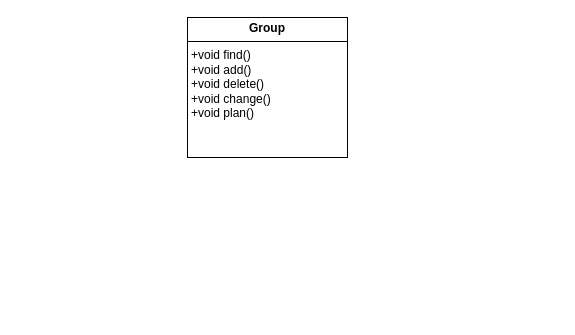
Above: 命令模式UML.drawio in ChengziMao/diagrams (draw.io), before the change. Source tidied: cells renumbered, new cells numbered last; positions are measured from the earlier drawing's top-left corner, leaving out a move shared by most shapes. Both pictures are drawn from the tidied source at 100%, with x=0, y=0 at pixel (187, 17).
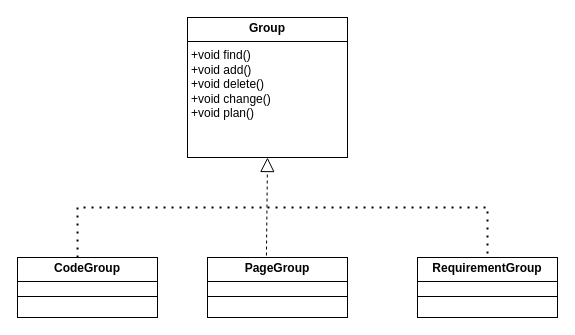
After the change.

Commit message (it also covers changes not shown here):
更新命令模式UML.drawio

The edit, as a diff of the source:
```diff
@@
 <mxGraphModel>
   <root>
     <mxCell id="0" />
     <mxCell id="1" parent="0" />
     <mxCell id="2" value="&lt;p style=&quot;margin:0px;margin-top:4px;text-align:center;&quot;&gt;&lt;b&gt;&lt;font style=&quot;vertical-align: inherit;&quot; class=&quot;notranslate fyzs-translate-target fyzs-translate-target-wrapper&quot;&gt;&lt;font style=&quot;vertical-align: inherit;&quot; class=&quot;notranslate fyzs-translate-target fyzs-translate-target-box&quot;&gt;&lt;font style=&quot;vertical-align: inherit;&quot; title=&quot;G&quot; class=&quot;notranslate fyzs-translate-target fyzs-translate-target-text&quot;&gt;Group&lt;/font&gt;&lt;/font&gt;&lt;/font&gt;&lt;/b&gt;&lt;/p&gt;&lt;hr size=&quot;1&quot; style=&quot;border-style:solid;&quot;&gt;&lt;p style=&quot;margin:0px;margin-left:4px;&quot;&gt;&lt;font style=&quot;vertical-align: inherit;&quot; class=&quot;notranslate fyzs-translate-target fyzs-translate-target-wrapper&quot;&gt;&lt;font style=&quot;vertical-align: inherit;&quot; class=&quot;notranslate fyzs-translate-target fyzs-translate-target-box&quot;&gt;&lt;font style=&quot;vertical-align: inherit;&quot; title=&quot;+ field: Type&quot; class=&quot;notranslate fyzs-translate-target fyzs-translate-target-text&quot;&gt;+void find()&lt;/font&gt;&lt;/font&gt;&lt;/font&gt;&lt;/p&gt;&lt;p style=&quot;margin:0px;margin-left:4px;&quot;&gt;&lt;font style=&quot;vertical-align: inherit;&quot; class=&quot;notranslate fyzs-translate-target fyzs-translate-target-wrapper&quot;&gt;&lt;font style=&quot;vertical-align: inherit;&quot; class=&quot;notranslate fyzs-translate-target fyzs-translate-target-box&quot;&gt;&lt;font style=&quot;vertical-align: inherit;&quot; title=&quot;+ field: Type&quot; class=&quot;notranslate fyzs-translate-target fyzs-translate-target-text&quot;&gt;+void add()&lt;/font&gt;&lt;/font&gt;&lt;/font&gt;&lt;/p&gt;&lt;p style=&quot;margin:0px;margin-left:4px;&quot;&gt;&lt;font style=&quot;vertical-align: inherit;&quot; class=&quot;notranslate fyzs-translate-target fyzs-translate-target-wrapper&quot;&gt;&lt;font style=&quot;vertical-align: inherit;&quot; class=&quot;notranslate fyzs-translate-target fyzs-translate-target-box&quot;&gt;&lt;font style=&quot;vertical-align: inherit;&quot; title=&quot;+ field: Type&quot; class=&quot;notranslate fyzs-translate-target fyzs-translate-target-text&quot;&gt;+void delete()&lt;/font&gt;&lt;/font&gt;&lt;/font&gt;&lt;/p&gt;&lt;p style=&quot;margin:0px;margin-left:4px;&quot;&gt;&lt;font style=&quot;vertical-align: inherit;&quot; class=&quot;notranslate fyzs-translate-target fyzs-translate-target-wrapper&quot;&gt;&lt;font style=&quot;vertical-align: inherit;&quot; class=&quot;notranslate fyzs-translate-target fyzs-translate-target-box&quot;&gt;&lt;font style=&quot;vertical-align: inherit;&quot; title=&quot;+ field: Type&quot; class=&quot;notranslate fyzs-translate-target fyzs-translate-target-text&quot;&gt;+void change()&lt;/font&gt;&lt;/font&gt;&lt;/font&gt;&lt;/p&gt;&lt;p style=&quot;margin:0px;margin-left:4px;&quot;&gt;&lt;font style=&quot;vertical-align: inherit;&quot; class=&quot;notranslate fyzs-translate-target fyzs-translate-target-wrapper&quot;&gt;&lt;font style=&quot;vertical-align: inherit;&quot; class=&quot;notranslate fyzs-translate-target fyzs-translate-target-box&quot;&gt;&lt;font style=&quot;vertical-align: inherit;&quot; title=&quot;+ field: Type&quot; class=&quot;notranslate fyzs-translate-target fyzs-translate-target-text&quot;&gt;+void plan()&lt;/font&gt;&lt;/font&gt;&lt;/font&gt;&lt;/p&gt;&lt;p style=&quot;margin:0px;margin-left:4px;&quot;&gt;&lt;br&gt;&lt;/p&gt;" style="verticalAlign=top;align=left;overflow=fill;html=1;whiteSpace=wrap;" parent="1" vertex="1">
       <mxGeometry width="160" height="140" as="geometry" />
     </mxCell>
+    <mxCell id="3" value="&lt;p style=&quot;margin:0px;margin-top:4px;text-align:center;&quot;&gt;&lt;b&gt;&lt;font style=&quot;vertical-align: inherit;&quot; class=&quot;notranslate fyzs-translate-target fyzs-translate-target-wrapper&quot;&gt;&lt;font style=&quot;vertical-align: inherit;&quot; class=&quot;notranslate fyzs-translate-target fyzs-translate-target-box&quot;&gt;&lt;font style=&quot;vertical-align: inherit;&quot; title=&quot;Class&quot; class=&quot;notranslate fyzs-translate-target fyzs-translate-target-text&quot;&gt;CodeGroup&lt;/font&gt;&lt;/font&gt;&lt;/font&gt;&lt;/b&gt;&lt;/p&gt;&lt;hr size=&quot;1&quot; style=&quot;border-style:solid;&quot;&gt;&lt;div style=&quot;height:2px;&quot;&gt;&lt;/div&gt;&lt;hr size=&quot;1&quot; style=&quot;border-style:solid;&quot;&gt;&lt;div style=&quot;height:2px;&quot;&gt;&lt;/div&gt;" style="verticalAlign=top;align=left;overflow=fill;html=1;whiteSpace=wrap;" parent="1" vertex="1">
+      <mxGeometry x="-170" y="240" width="140" height="60" as="geometry" />
+    </mxCell>
+    <mxCell id="4" value="&lt;p style=&quot;margin:0px;margin-top:4px;text-align:center;&quot;&gt;&lt;b&gt;&lt;font style=&quot;vertical-align: inherit;&quot; class=&quot;notranslate fyzs-translate-target fyzs-translate-target-wrapper&quot;&gt;&lt;font style=&quot;vertical-align: inherit;&quot; class=&quot;notranslate fyzs-translate-target fyzs-translate-target-box&quot;&gt;&lt;font style=&quot;vertical-align: inherit;&quot; title=&quot;Class&quot; class=&quot;notranslate fyzs-translate-target fyzs-translate-target-text&quot;&gt;PageGroup&lt;/font&gt;&lt;/font&gt;&lt;/font&gt;&lt;/b&gt;&lt;/p&gt;&lt;hr size=&quot;1&quot; style=&quot;border-style:solid;&quot;&gt;&lt;div style=&quot;height:2px;&quot;&gt;&lt;/div&gt;&lt;hr size=&quot;1&quot; style=&quot;border-style:solid;&quot;&gt;&lt;div style=&quot;height:2px;&quot;&gt;&lt;/div&gt;" style="verticalAlign=top;align=left;overflow=fill;html=1;whiteSpace=wrap;" parent="1" vertex="1">
+      <mxGeometry x="20" y="240" width="140" height="60" as="geometry" />
+    </mxCell>
+    <mxCell id="5" value="&lt;p style=&quot;margin:0px;margin-top:4px;text-align:center;&quot;&gt;&lt;b&gt;&lt;font style=&quot;vertical-align: inherit;&quot; class=&quot;notranslate fyzs-translate-target fyzs-translate-target-wrapper&quot;&gt;&lt;font style=&quot;vertical-align: inherit;&quot; class=&quot;notranslate fyzs-translate-target fyzs-translate-target-box&quot;&gt;&lt;font style=&quot;vertical-align: inherit;&quot; title=&quot;Class&quot; class=&quot;notranslate fyzs-translate-target fyzs-translate-target-text&quot;&gt;RequirementGroup&lt;/font&gt;&lt;/font&gt;&lt;/font&gt;&lt;/b&gt;&lt;/p&gt;&lt;hr size=&quot;1&quot; style=&quot;border-style:solid;&quot;&gt;&lt;div style=&quot;height:2px;&quot;&gt;&lt;/div&gt;&lt;hr size=&quot;1&quot; style=&quot;border-style:solid;&quot;&gt;&lt;div style=&quot;height:2px;&quot;&gt;&lt;/div&gt;" style="verticalAlign=top;align=left;overflow=fill;html=1;whiteSpace=wrap;" parent="1" vertex="1">
+      <mxGeometry x="230" y="240" width="140" height="60" as="geometry" />
+    </mxCell>
+    <mxCell id="6" style="endArrow=block;dashed=1;endFill=0;endSize=12;html=1;rounded=0;entryX=0.5;entryY=1;entryDx=0;entryDy=0;exitX=0.421;exitY=-0.033;exitDx=0;exitDy=0;exitPerimeter=0;" parent="1" edge="1" source="4" target="2">
+      <mxGeometry relative="1" as="geometry" />
+    </mxCell>
+    <mxCell id="7" style="endArrow=none;dashed=1;html=1;dashPattern=1 3;strokeWidth=2;rounded=0;exitX=0.429;exitY=0;exitDx=0;exitDy=0;exitPerimeter=0;" parent="1" edge="1" source="3">
+      <mxGeometry relative="1" as="geometry">
+        <mxPoint x="80" y="190" as="targetPoint" />
+        <Array as="points">
+          <mxPoint x="-110" y="190" />
+        </Array>
+      </mxGeometry>
+    </mxCell>
+    <mxCell id="8" style="endArrow=none;dashed=1;html=1;dashPattern=1 3;strokeWidth=2;rounded=0;entryX=0.5;entryY=0;entryDx=0;entryDy=0;" parent="1" edge="1" target="5">
+      <mxGeometry relative="1" as="geometry">
+        <mxPoint x="80" y="190" as="sourcePoint" />
+        <Array as="points">
+          <mxPoint x="300" y="190" />
+        </Array>
+      </mxGeometry>
+    </mxCell>
   </root>
 </mxGraphModel>
```
